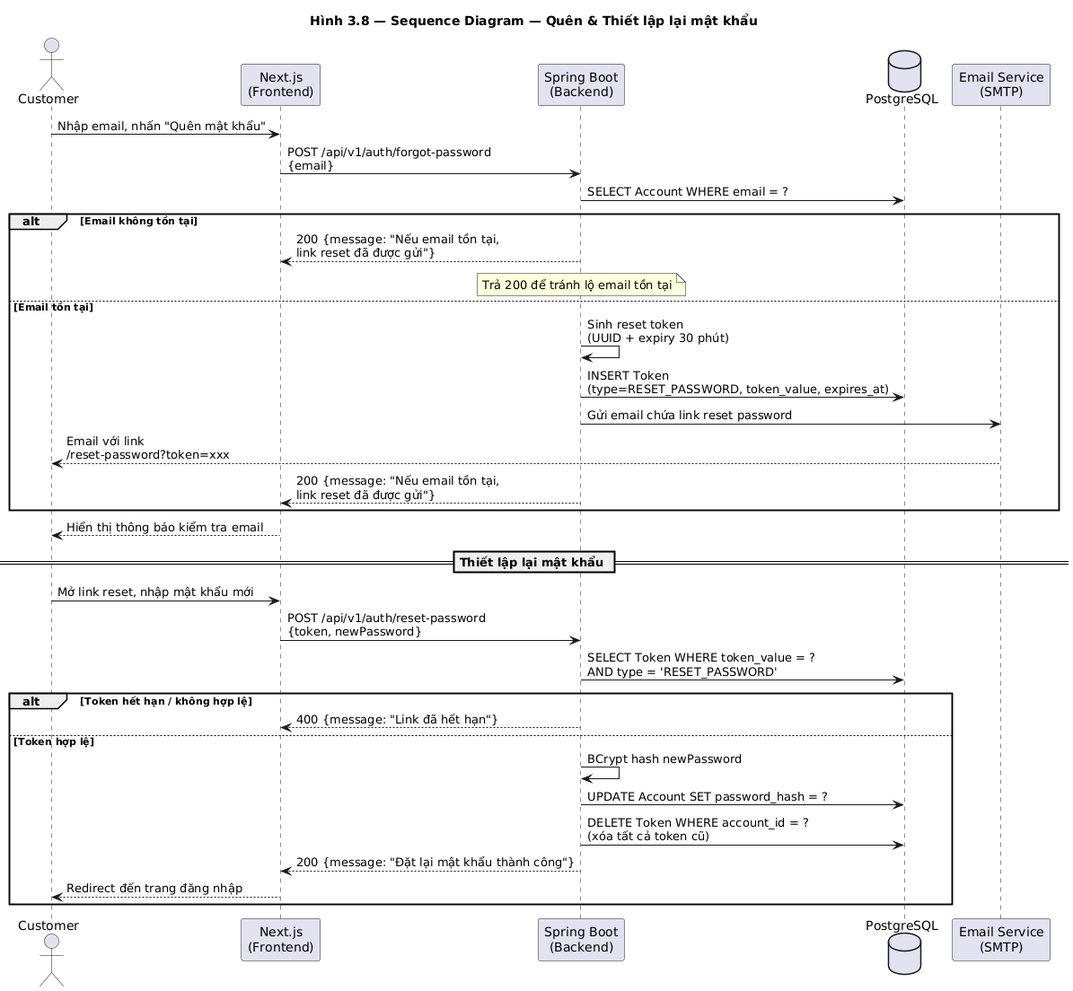
This is docs/diagrams/images/seq_forgot_password.png from huuhieu56/PC-Parts-ECommerce, a PlantUML export, as it was before one commit.
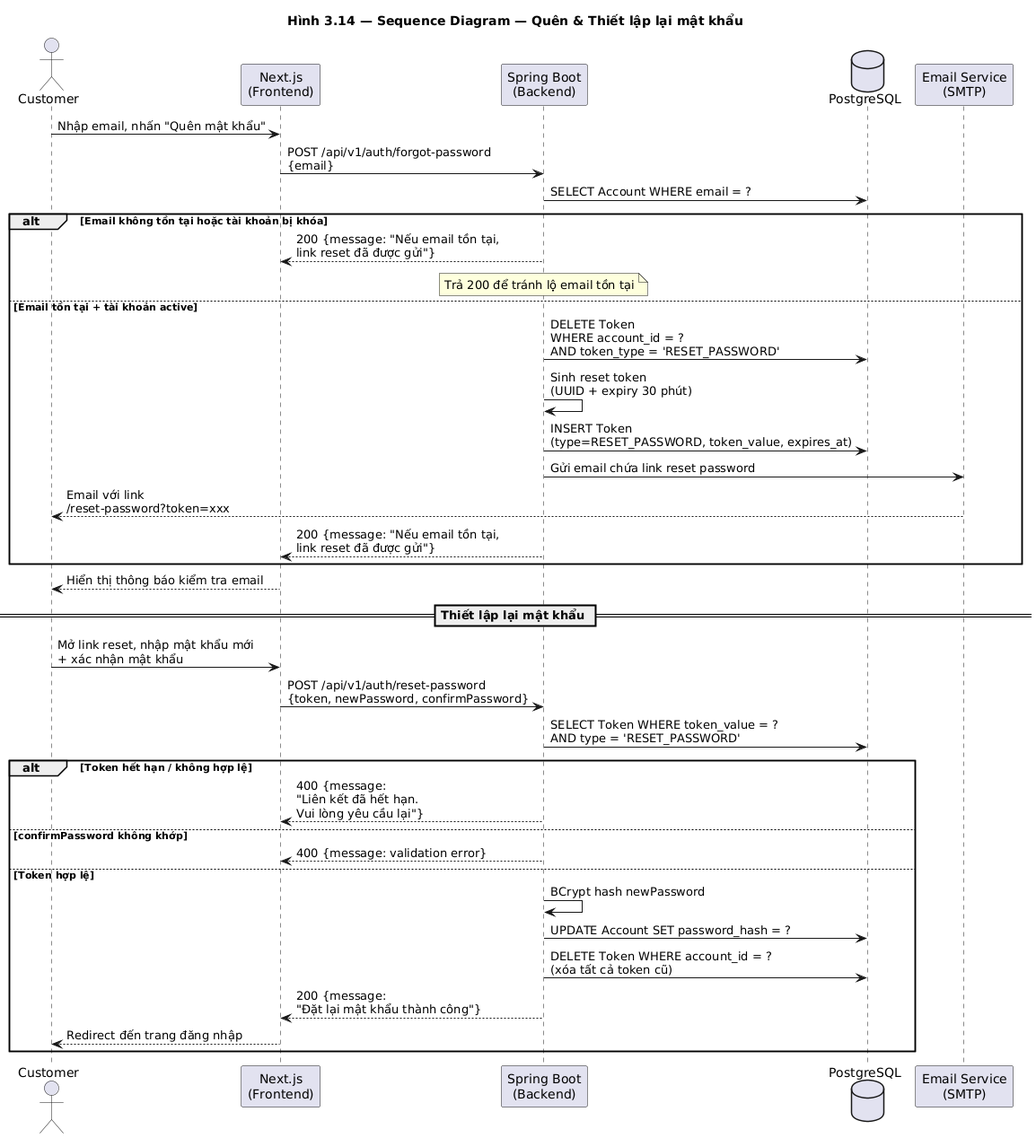
After the change.

The edit, as a diff of the source:
```diff
@@ -1,5 +1,5 @@
 @startuml seq_forgot_password
-title Hình 3.8 — Sequence Diagram — Quên & Thiết lập lại mật khẩu
+title Hình 3.14 — Sequence Diagram — Quên & Thiết lập lại mật khẩu
 
 actor Customer
 participant "Next.js\n(Frontend)" as FE
@@ -11,10 +11,11 @@
 FE -> BE : POST /api/v1/auth/forgot-password\n{email}
 BE -> DB : SELECT Account WHERE email = ?
 
-alt Email không tồn tại
+alt Email không tồn tại hoặc tài khoản bị khóa
     BE --> FE : 200 {message: "Nếu email tồn tại,\nlink reset đã được gửi"}
     note over BE : Trả 200 để tránh lộ email tồn tại
-else Email tồn tại
+else Email tồn tại + tài khoản active
+    BE -> DB : DELETE Token\nWHERE account_id = ?\nAND token_type = 'RESET_PASSWORD'
     BE -> BE : Sinh reset token\n(UUID + expiry 30 phút)
     BE -> DB : INSERT Token\n(type=RESET_PASSWORD, token_value, expires_at)
     BE -> Email : Gửi email chứa link reset password
@@ -25,17 +26,19 @@
 FE --> Customer : Hiển thị thông báo kiểm tra email
 
 == Thiết lập lại mật khẩu ==
-Customer -> FE : Mở link reset, nhập mật khẩu mới
-FE -> BE : POST /api/v1/auth/reset-password\n{token, newPassword}
+Customer -> FE : Mở link reset, nhập mật khẩu mới\n+ xác nhận mật khẩu
+FE -> BE : POST /api/v1/auth/reset-password\n{token, newPassword, confirmPassword}
 BE -> DB : SELECT Token WHERE token_value = ?\nAND type = 'RESET_PASSWORD'
 
 alt Token hết hạn / không hợp lệ
-    BE --> FE : 400 {message: "Link đã hết hạn"}
+    BE --> FE : 400 {message:\n"Liên kết đã hết hạn.\nVui lòng yêu cầu lại"}
+else confirmPassword không khớp
+    BE --> FE : 400 {message: validation error}
 else Token hợp lệ
     BE -> BE : BCrypt hash newPassword
     BE -> DB : UPDATE Account SET password_hash = ?
     BE -> DB : DELETE Token WHERE account_id = ?\n(xóa tất cả token cũ)
-    BE --> FE : 200 {message: "Đặt lại mật khẩu thành công"}
+    BE --> FE : 200 {message:\n"Đặt lại mật khẩu thành công"}
     FE --> Customer : Redirect đến trang đăng nhập
 end
 
```
